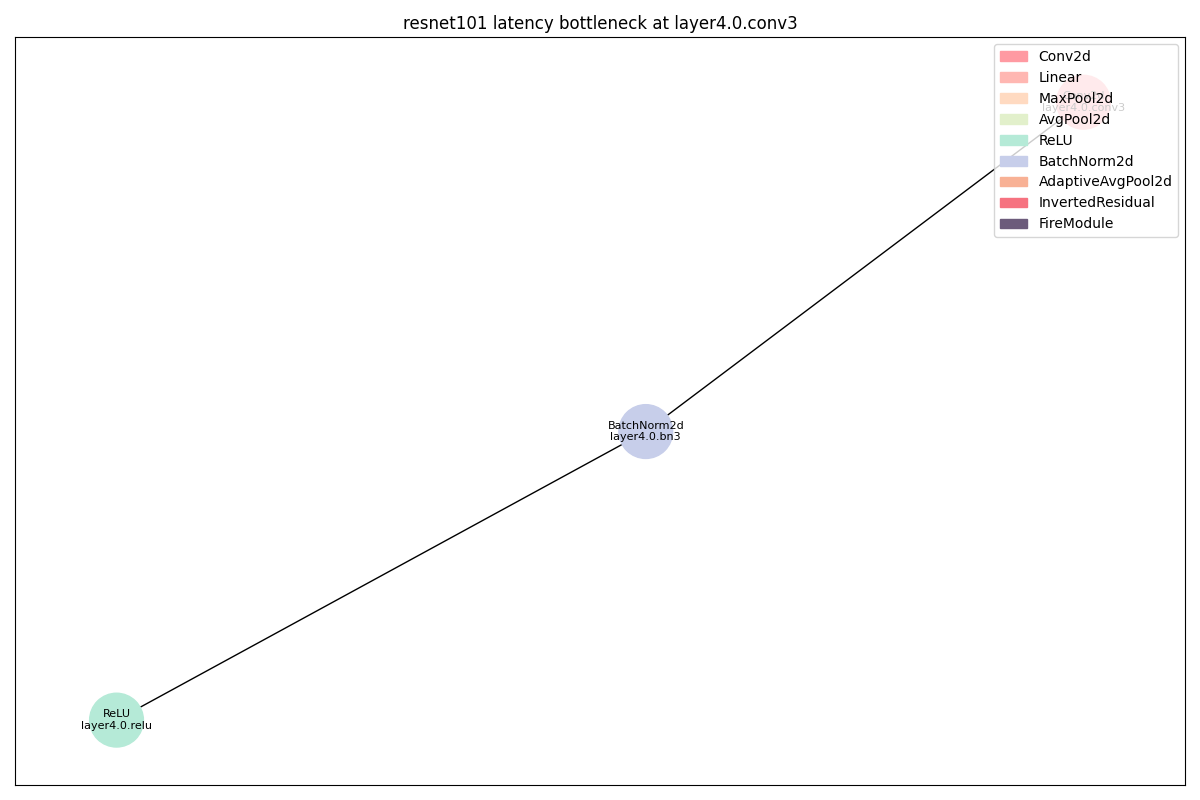
Before: dags/resnet101_latency_layer4_0_conv3_op.png, a diagram exported from Graphviz (11222-Meng/DNN_Bottlen_Layer_Analysis). Its source is kept beside it as dags/resnet101_latency_layer4_0_conv3_op.dot.
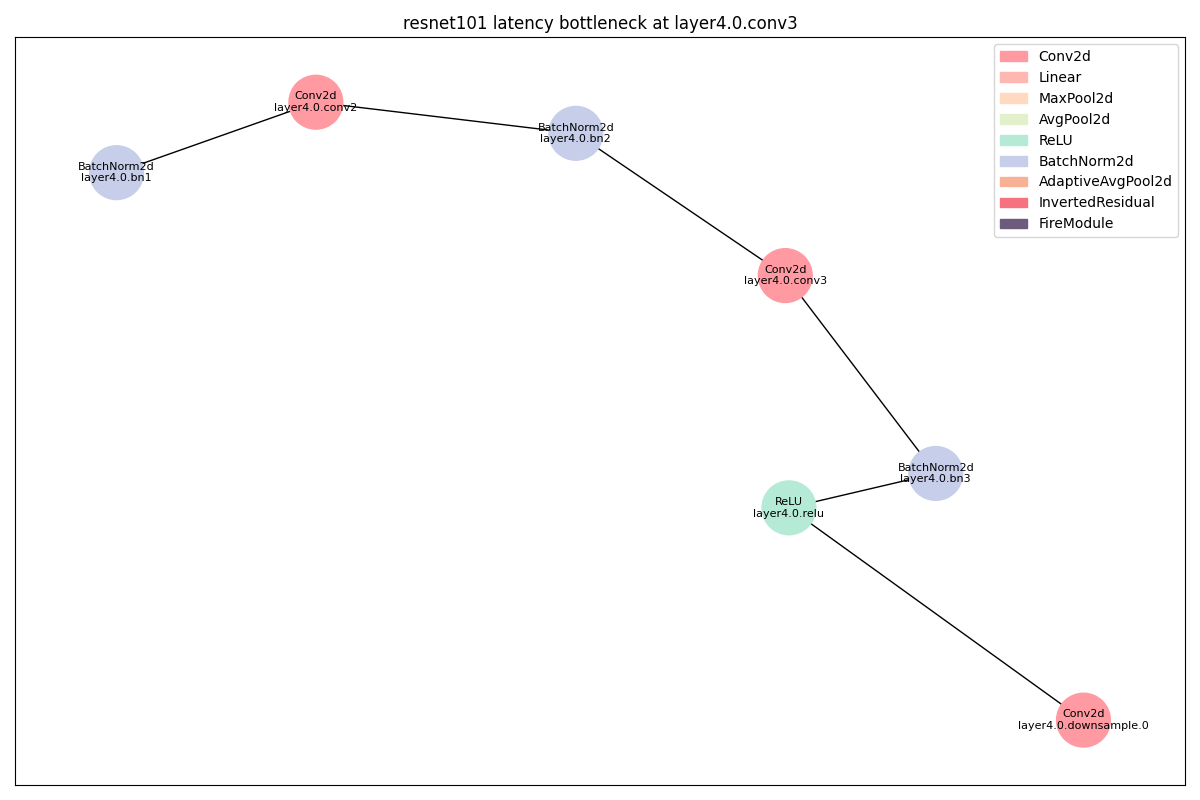
After the change.

The edit, as a diff of the source:
```diff
@@ -1,16 +1,36 @@
 strict digraph "" {
+	BatchNorm2d_0	[color="#C7CEEA",
+		layer_name="layer4.0.bn1",
+		params=1024,
+		type=BatchNorm2d];
 	Conv2d_0	[color="#FF9AA2",
+		layer_name="layer4.0.conv2",
+		params=2359296,
+		type=Conv2d];
+	BatchNorm2d_0 -> Conv2d_0;
+	BatchNorm2d_1	[color="#C7CEEA",
+		layer_name="layer4.0.bn2",
+		params=1024,
+		type=BatchNorm2d];
+	Conv2d_0 -> BatchNorm2d_1;
+	Conv2d_1	[color="#FF9AA2",
 		layer_name="layer4.0.conv3",
 		params=1048576,
 		type=Conv2d];
-	BatchNorm2d_0	[color="#C7CEEA",
+	BatchNorm2d_1 -> Conv2d_1;
+	BatchNorm2d_2	[color="#C7CEEA",
 		layer_name="layer4.0.bn3",
 		params=4096,
 		type=BatchNorm2d];
-	Conv2d_0 -> BatchNorm2d_0;
+	Conv2d_1 -> BatchNorm2d_2;
 	ReLU_0	[color="#B5EAD7",
 		layer_name="layer4.0.relu",
 		params=0,
 		type=ReLU];
-	BatchNorm2d_0 -> ReLU_0;
+	BatchNorm2d_2 -> ReLU_0;
+	Conv2d_2	[color="#FF9AA2",
+		layer_name="layer4.0.downsample.0",
+		params=2097152,
+		type=Conv2d];
+	ReLU_0 -> Conv2d_2;
 }
```
